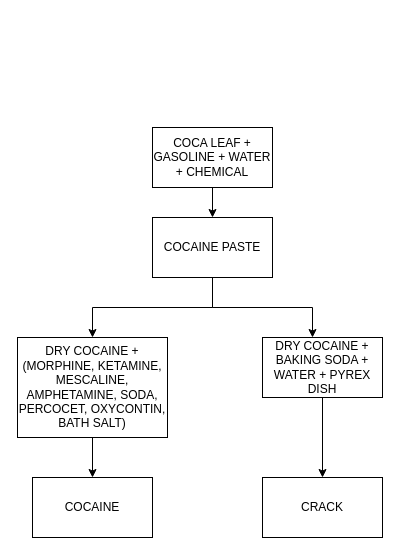
Above: Untitled Diagram.drawio in kloudxmurder/flowchart (draw.io), before the change. Source tidied: cells renumbered, new cells numbered last; positions are measured from the earlier drawing's top-left corner, leaving out a move shared by most shapes. Both pictures are drawn from the tidied source at 100%, with x=0, y=0 at pixel (17, 127).
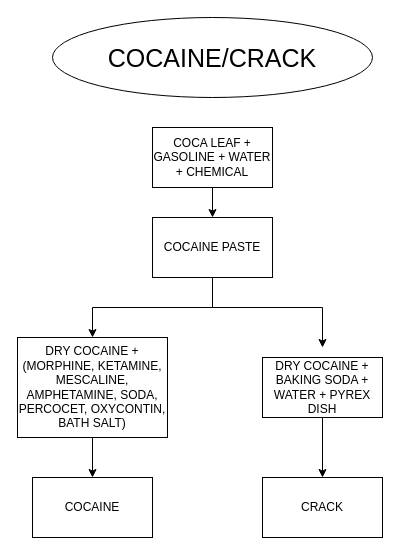
Above is the later version.

What changed in the source:
```diff
@@
 <mxGraphModel>
   <root>
     <mxCell id="0" />
     <mxCell id="1" parent="0" />
     <mxCell id="2" style="edgeStyle=orthogonalEdgeStyle;rounded=0;jettySize=auto;html=1;" parent="1" edge="1" source="3" target="6">
       <mxGeometry relative="1" as="geometry" />
     </mxCell>
     <mxCell id="3" value="COCA LEAF + GASOLINE + WATER + CHEMICAL" style="rounded=0;whiteSpace=wrap;html=1;" parent="1" vertex="1">
       <mxGeometry x="135" width="120" height="60" as="geometry" />
     </mxCell>
     <mxCell id="4" style="edgeStyle=orthogonalEdgeStyle;rounded=0;jettySize=auto;html=1;" parent="1" edge="1" source="6">
       <mxGeometry relative="1" as="geometry">
-        <mxPoint x="295" y="210" as="targetPoint" />
+        <mxPoint x="305" y="220" as="targetPoint" />
         <Array as="points">
           <mxPoint x="195" y="180" />
-          <mxPoint x="295" y="180" />
+          <mxPoint x="305" y="180" />
+          <mxPoint x="305" y="220" />
         </Array>
       </mxGeometry>
     </mxCell>
     <mxCell id="5" style="edgeStyle=orthogonalEdgeStyle;rounded=0;jettySize=auto;html=1;" parent="1" edge="1" source="6" target="8">
       <mxGeometry relative="1" as="geometry" />
     </mxCell>
     <mxCell id="6" value="COCAINE PASTE" style="rounded=0;whiteSpace=wrap;html=1;" parent="1" vertex="1">
       <mxGeometry x="135" y="90" width="120" height="60" as="geometry" />
     </mxCell>
     <mxCell id="7" style="edgeStyle=orthogonalEdgeStyle;rounded=0;jettySize=auto;html=1;" parent="1" edge="1" source="8" target="9">
       <mxGeometry relative="1" as="geometry" />
     </mxCell>
     <mxCell id="8" value="DRY COCAINE + (MORPHINE, KETAMINE, MESCALINE, AMPHETAMINE, SODA, PERCOCET, OXYCONTIN, BATH SALT)" style="rounded=0;whiteSpace=wrap;html=1;gradientColor=none;fillStyle=solid;" parent="1" vertex="1">
       <mxGeometry y="210" width="150" height="100" as="geometry" />
     </mxCell>
     <mxCell id="9" value="COCAINE" style="whiteSpace=wrap;html=1;rounded=0;" parent="1" vertex="1">
       <mxGeometry x="15" y="350" width="120" height="60" as="geometry" />
     </mxCell>
     <mxCell id="10" style="edgeStyle=orthogonalEdgeStyle;rounded=0;jettySize=auto;html=1;" parent="1" edge="1" source="11" target="12">
       <mxGeometry relative="1" as="geometry" />
     </mxCell>
     <mxCell id="11" value="DRY COCAINE + BAKING SODA + WATER + PYREX DISH" style="whiteSpace=wrap;html=1;" parent="1" vertex="1">
-      <mxGeometry x="245" y="210" width="120" height="60" as="geometry" />
+      <mxGeometry x="245" y="230" width="120" height="60" as="geometry" />
     </mxCell>
     <mxCell id="12" value="CRACK" style="whiteSpace=wrap;html=1;" parent="1" vertex="1">
       <mxGeometry x="245" y="350" width="120" height="60" as="geometry" />
     </mxCell>
+    <mxCell id="13" value="&lt;font style=&quot;font-size: 25px;&quot;&gt;COCAINE/CRACK&lt;/font&gt;" style="ellipse;whiteSpace=wrap;html=1;" parent="1" vertex="1">
+      <mxGeometry x="35" y="-110" width="320" height="80" as="geometry" />
+    </mxCell>
   </root>
 </mxGraphModel>
```
